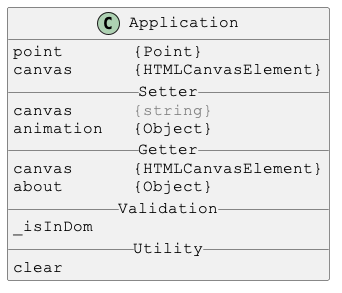
Justin-Byrne/canvasLab keeps this PlantUML diagram as docs/PlantUml/images/Application.png. Above is the earlier version.
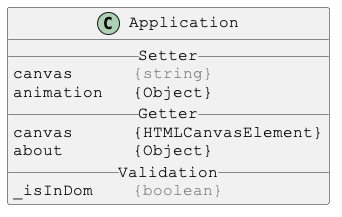
Above is the later version.

What changed in the source:
```diff
@@ -4,8 +4,6 @@
 skinparam DefaultFontName Courier New
 
 class Application {
-point       {Point}
-canvas      {HTMLCanvasElement}
 __ Setter __
 canvas      <color:gray>{string}</color>
 animation   {Object}
@@ -13,9 +11,7 @@
 canvas      {HTMLCanvasElement}
 about       {Object}
 __ Validation __
-_isInDom
-__ Utility __
-clear
+_isInDom    <color:gray>{boolean}</color>
 }
 
 @enduml
```
